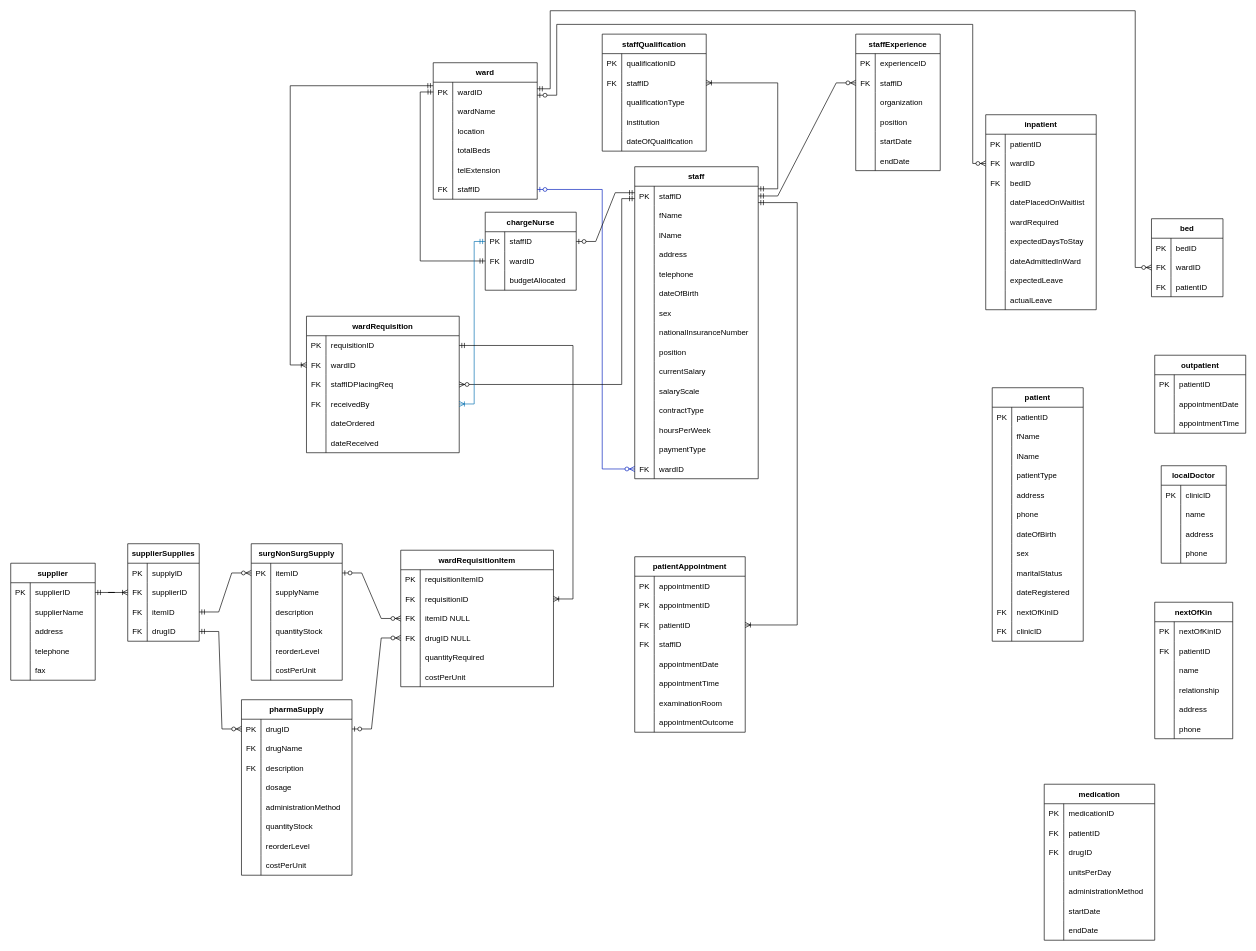
This is page "ERD" (3 of 3) of meadows.drawio from reynchick/meadows, a draw.io file, before an edit. Source tidied: cells renumbered, new cells numbered last; positions are measured from the earlier drawing's top-left corner, leaving out a move shared by most shapes. Both pictures are drawn from the tidied source at 65%, with x=0, y=0 at pixel (10, 10).
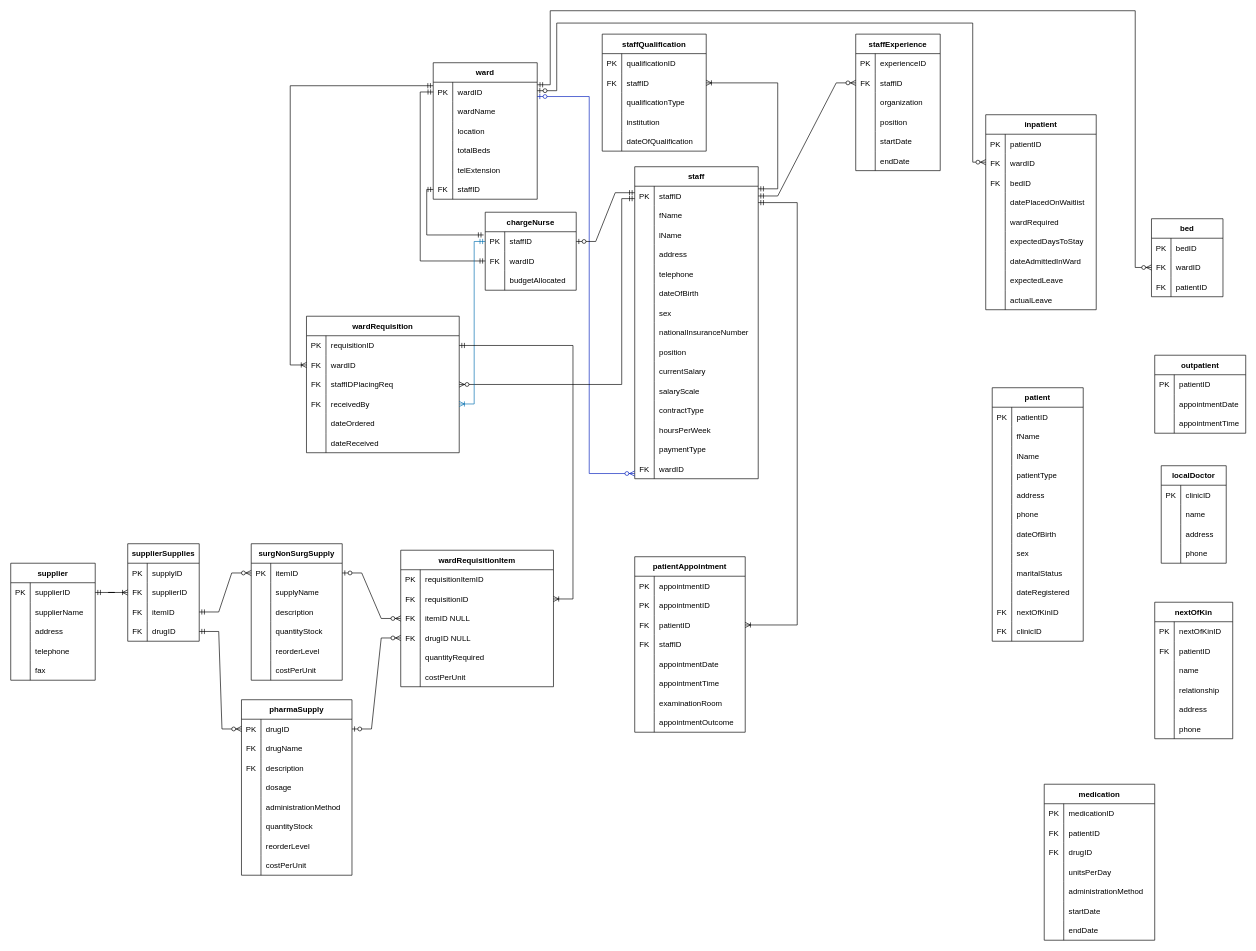
The same diagram, later.

The change refers to these unchanged cells:
```xml
<mxCell id="3" style="shape=tableRow;horizontal=0;startSize=0;swimlaneHead=0;swimlaneBody=0;fillColor=none;points=[[0,0.5],[1,0.5]];portConstraint=eastwest;strokeColor=inherit;top=0;left=0;right=0;bottom=0;" parent="2" vertex="1">
  <mxGeometry y="30" width="160" height="30" as="geometry" />
</mxCell>
<mxCell id="18" style="shape=tableRow;horizontal=0;startSize=0;swimlaneHead=0;swimlaneBody=0;fillColor=none;points=[[0,0.5],[1,0.5]];portConstraint=eastwest;strokeColor=inherit;top=0;left=0;right=0;bottom=0;" parent="2" vertex="1">
  <mxGeometry y="180" width="160" height="30" as="geometry" />
</mxCell>
<mxCell id="64" style="shape=tableRow;horizontal=0;startSize=0;swimlaneHead=0;swimlaneBody=0;fillColor=none;points=[[0,0.5],[1,0.5]];portConstraint=eastwest;strokeColor=inherit;top=0;left=0;right=0;bottom=0;" parent="21" vertex="1">
  <mxGeometry y="450" width="190" height="30" as="geometry" />
</mxCell>
<mxCell id="103" style="shape=tableRow;horizontal=0;startSize=0;swimlaneHead=0;swimlaneBody=0;fillColor=none;points=[[0,0.5],[1,0.5]];portConstraint=eastwest;strokeColor=inherit;top=0;left=0;right=0;bottom=0;" parent="102" vertex="1">
  <mxGeometry y="30" width="140" height="30" as="geometry" />
</mxCell>
<mxCell id="210" style="shape=tableRow;horizontal=0;startSize=0;swimlaneHead=0;swimlaneBody=0;fillColor=none;points=[[0,0.5],[1,0.5]];portConstraint=eastwest;strokeColor=inherit;top=0;left=0;right=0;bottom=0;" parent="206" vertex="1">
  <mxGeometry y="60" width="170" height="30" as="geometry" />
</mxCell>
<mxCell id="238" style="shape=tableRow;horizontal=0;startSize=0;swimlaneHead=0;swimlaneBody=0;fillColor=none;points=[[0,0.5],[1,0.5]];portConstraint=eastwest;strokeColor=inherit;top=0;left=0;right=0;bottom=0;" parent="234" vertex="1">
  <mxGeometry y="60" width="110" height="30" as="geometry" />
</mxCell>
```

What changed in the source:
```diff
@@
-    <mxCell id="305" style="edgeStyle=orthogonalEdgeStyle;fontSize=12;html=1;endArrow=ERzeroToMany;startArrow=ERzeroToOne;rounded=0;exitX=1;exitY=0.5;exitDx=0;exitDy=0;entryX=0;entryY=0.5;entryDx=0;entryDy=0;fillColor=#0050ef;strokeColor=light-dark(#001DBC, #3da8dd);" parent="1" edge="1" source="18" target="64">
+    <mxCell id="305" style="edgeStyle=orthogonalEdgeStyle;fontSize=12;html=1;endArrow=ERzeroToMany;startArrow=ERzeroToOne;rounded=0;entryX=0;entryY=0.5;entryDx=0;entryDy=0;fillColor=#0050ef;strokeColor=light-dark(#001DBC, #3da8dd);" parent="1" edge="1">
       <mxGeometry relative="1" as="geometry">
+        <mxPoint x="810" y="132" as="sourcePoint" />
+        <mxPoint x="960" y="712" as="targetPoint" />
         <Array as="points">
-          <mxPoint x="910" y="275" />
-          <mxPoint x="910" y="705" />
+          <mxPoint x="810" y="132" />
+          <mxPoint x="890" y="132" />
+          <mxPoint x="890" y="712" />
         </Array>
       </mxGeometry>
     </mxCell>
@@
-    <mxCell id="398" style="edgeStyle=orthogonalEdgeStyle;fontSize=12;html=1;endArrow=ERzeroToMany;startArrow=ERzeroToOne;rounded=0;entryX=0;entryY=0.5;entryDx=0;entryDy=0;" parent="1" edge="1" target="210">
+    <mxCell id="398" style="edgeStyle=orthogonalEdgeStyle;fontSize=12;html=1;endArrow=ERzeroToMany;startArrow=ERzeroToOne;rounded=0;entryX=0;entryY=0.5;entryDx=0;entryDy=0;exitX=1;exitY=0.5;exitDx=0;exitDy=0;" parent="1" edge="1">
       <mxGeometry relative="1" as="geometry">
-        <mxPoint x="810" y="130" as="sourcePoint" />
+        <mxPoint x="810" y="123" as="sourcePoint" />
+        <mxPoint x="1500" y="233" as="targetPoint" />
         <Array as="points">
-          <mxPoint x="840" y="130" />
-          <mxPoint x="840" y="21" />
-          <mxPoint x="1480" y="21" />
-          <mxPoint x="1480" y="235" />
+          <mxPoint x="840" y="123" />
+          <mxPoint x="840" y="19" />
+          <mxPoint x="1480" y="19" />
+          <mxPoint x="1480" y="233" />
         </Array>
       </mxGeometry>
     </mxCell>
-    <mxCell id="399" style="edgeStyle=orthogonalEdgeStyle;fontSize=12;html=1;endArrow=ERzeroToMany;startArrow=ERmandOne;rounded=0;exitX=0.999;exitY=0.336;exitDx=0;exitDy=0;exitPerimeter=0;entryX=0;entryY=0.5;entryDx=0;entryDy=0;" parent="1" edge="1" source="3" target="238">
+    <mxCell id="399" style="edgeStyle=orthogonalEdgeStyle;fontSize=12;html=1;endArrow=ERzeroToMany;startArrow=ERmandOne;rounded=0;exitX=1.002;exitY=0.129;exitDx=0;exitDy=0;exitPerimeter=0;entryX=0;entryY=0.5;entryDx=0;entryDy=0;" parent="1" edge="1" source="3" target="238">
       <mxGeometry relative="1" as="geometry">
         <Array as="points">
-          <mxPoint x="830" y="120" />
+          <mxPoint x="830" y="114" />
           <mxPoint x="830" />
           <mxPoint x="1730" />
           <mxPoint x="1730" y="395" />
         </Array>
       </mxGeometry>
     </mxCell>
@@
+    <mxCell id="404" style="edgeStyle=orthogonalEdgeStyle;fontSize=12;html=1;endArrow=ERmandOne;startArrow=ERmandOne;rounded=0;entryX=0;entryY=0.5;entryDx=0;entryDy=0;exitX=-0.018;exitY=0.165;exitDx=0;exitDy=0;exitPerimeter=0;" parent="1" edge="1" source="103" target="18">
+      <mxGeometry relative="1" as="geometry" />
+    </mxCell>
```
